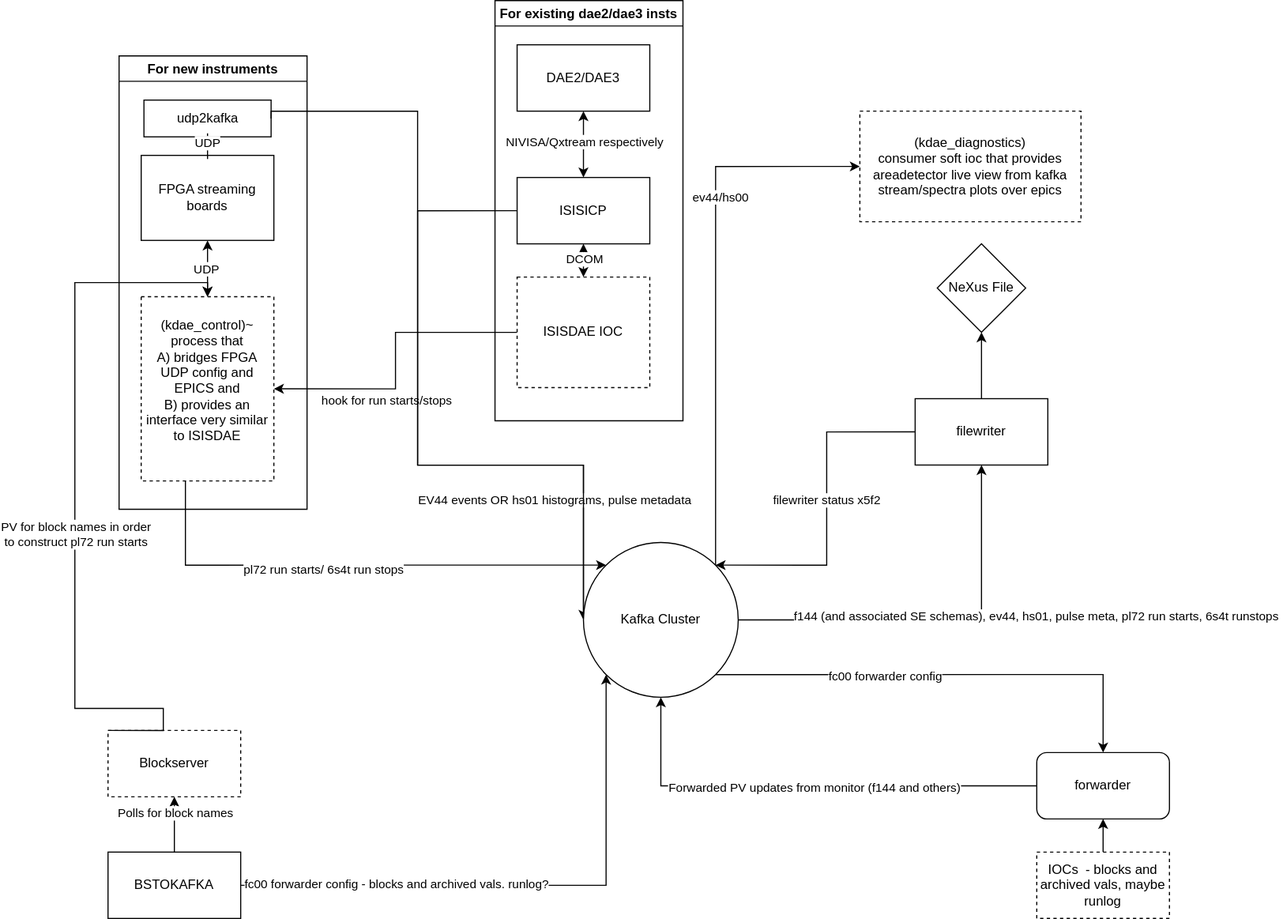
Above: doc/specific_iocs/datastreaming/ISISDSLayout.drawio.svg in ISISComputingGroup/ibex_developers_manual (draw.io), before the change. Source tidied: cells renumbered, new cells last; positions are measured from the earlier drawing's top-left corner, leaving out a move shared by most shapes.
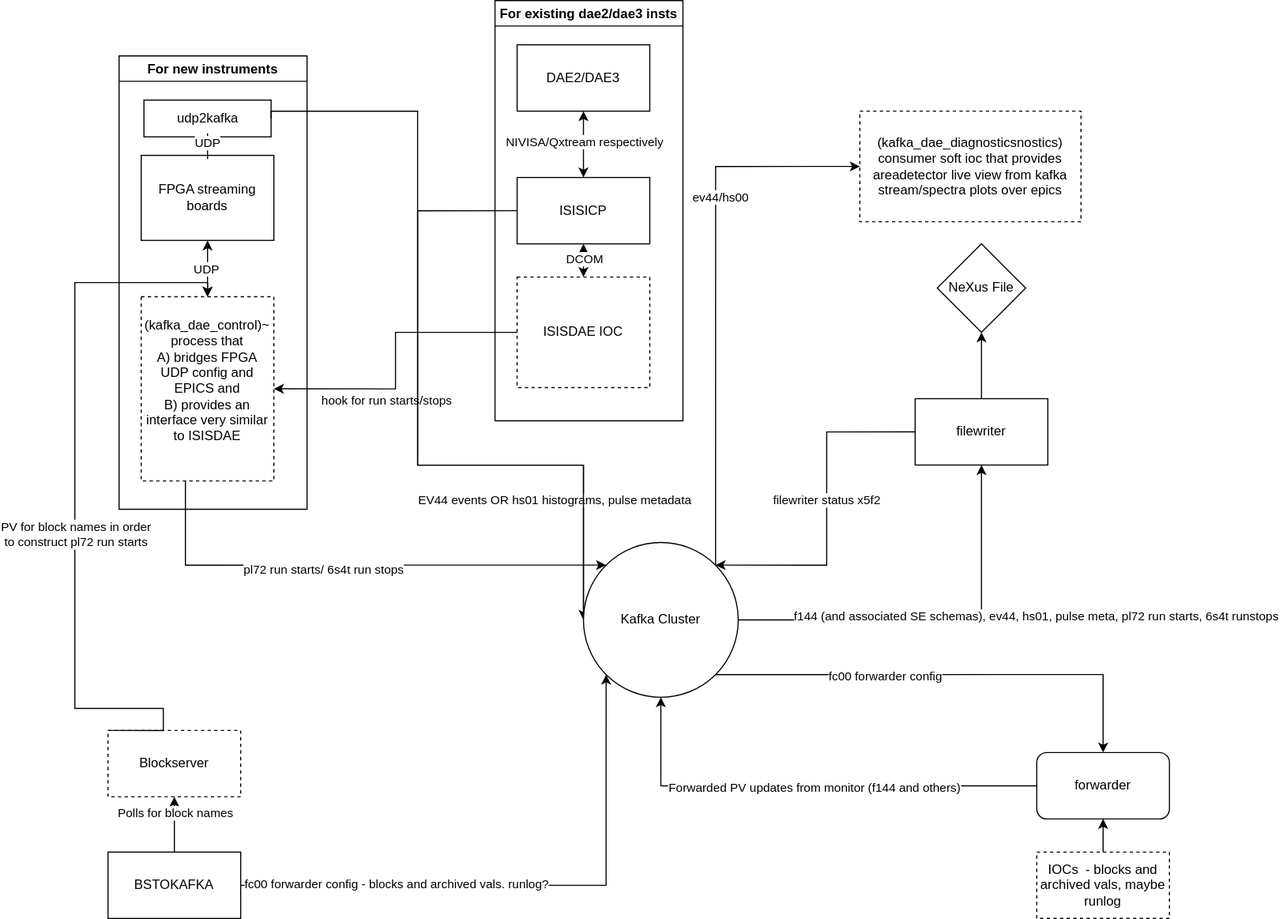
The same file after the commit.

Diff of the diagram source:
```diff
@@ -97,7 +97,7 @@
     <mxCell id="28" value="UDP" style="edgeLabel;html=1;align=center;verticalAlign=middle;" parent="27" vertex="1">
       <mxGeometry x="0.02" y="-2" relative="1" as="geometry" />
     </mxCell>
-    <mxCell id="29" value="(kdae_control)~&lt;br&gt;process that&lt;br&gt;A) bridges FPGA UDP config and EPICS and&lt;br&gt;B) provides an interface very similar to ISISDAE&lt;div&gt;&lt;br&gt;&lt;/div&gt;" style="rounded=0;whiteSpace=wrap;html=1;dashed=1;" parent="26" vertex="1">
+    <mxCell id="29" value="(kafka_dae_control)~&lt;br&gt;process that&lt;br&gt;A) bridges FPGA UDP config and EPICS and&lt;br&gt;B) provides an interface very similar to ISISDAE&lt;div&gt;&lt;br&gt;&lt;/div&gt;" style="rounded=0;whiteSpace=wrap;html=1;dashed=1;" parent="26" vertex="1">
       <mxGeometry x="20" y="217.8" width="120" height="166.6" as="geometry" />
     </mxCell>
     <mxCell id="30" value="For new instruments" style="swimlane;" parent="26" vertex="1">
@@ -177,7 +177,7 @@
     <mxCell id="49" value="ev44/hs00" style="edgeLabel;html=1;align=center;verticalAlign=middle;" parent="48" vertex="1">
       <mxGeometry x="-0.36" y="4" relative="1" as="geometry" />
     </mxCell>
-    <mxCell id="50" value="(kdae_diagnostics)&lt;div&gt;consumer soft ioc that provides areadetector live view from kafka stream/spectra plots over epics&lt;/div&gt;" style="rounded=0;whiteSpace=wrap;html=1;dashed=1;" parent="1" vertex="1">
+    <mxCell id="50" value="(kafka_dae_diagnostics)&lt;div&gt;consumer soft ioc that provides areadetector live view from kafka stream/spectra plots over epics&lt;/div&gt;" style="rounded=0;whiteSpace=wrap;html=1;dashed=1;" parent="1" vertex="1">
       <mxGeometry x="710" y="100" width="200" height="100" as="geometry" />
     </mxCell>
     <mxCell id="51" value="IOCs&amp;nbsp; - blocks and archived vals, maybe runlog" style="rounded=0;whiteSpace=wrap;html=1;dashed=1;" parent="1" vertex="1">
```
